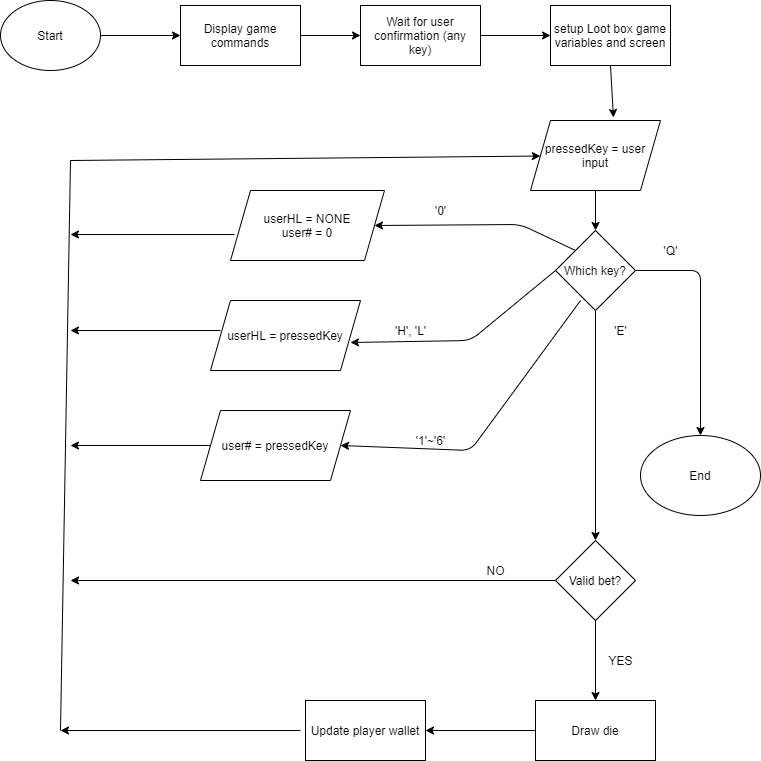
Before: Development files/DiceGameDiagram.png, a diagram exported from draw.io (Issamaysin/BetSimulator). Source tidied: cells renumbered, new cells last; positions are measured from the earlier drawing's top-left corner, leaving out a move shared by most shapes.
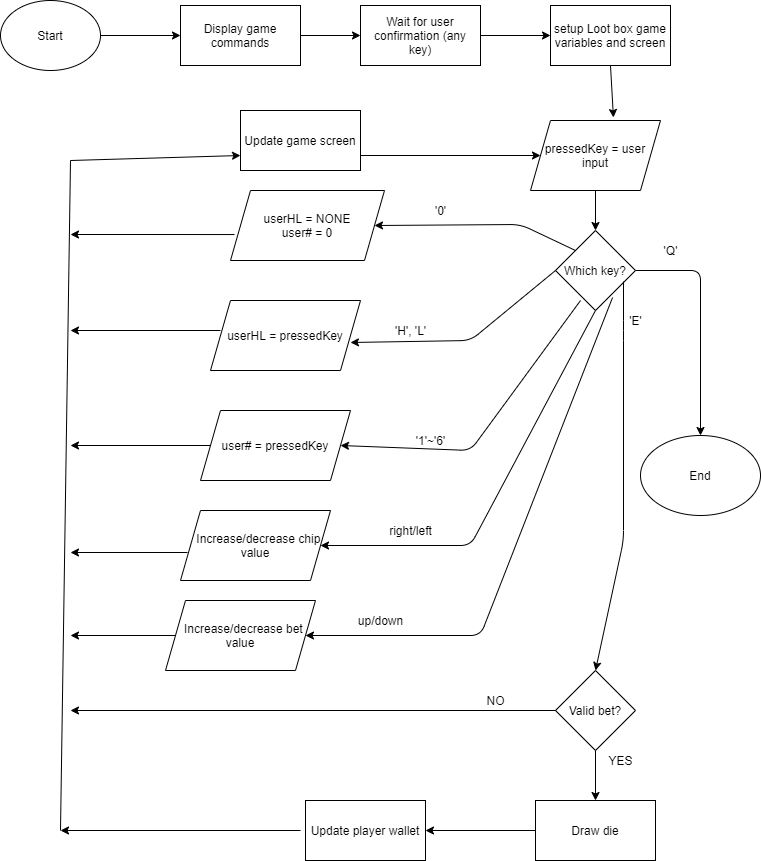
Later version of the same file.

Commit message:
Updated diagram to contain bet and chip functions

What changed in the source:
```diff
@@ -35,14 +35,12 @@
     <mxCell id="12" style="endArrow=classic;html=1;exitX=0.5;exitY=1;exitDx=0;exitDy=0;entryX=0.638;entryY=-0.043;entryDx=0;entryDy=0;entryPerimeter=0;" parent="1" edge="1" source="5" target="9">
       <mxGeometry relative="1" as="geometry" />
     </mxCell>
-    <mxCell id="13" style="endArrow=classic;html=1;" parent="1" edge="1" target="9">
-      <mxGeometry relative="1" as="geometry">
-        <mxPoint x="70" y="160" as="sourcePoint" />
-      </mxGeometry>
+    <mxCell id="13" style="endArrow=classic;html=1;exitX=1;exitY=0.75;exitDx=0;exitDy=0;" parent="1" edge="1" source="49" target="9">
+      <mxGeometry relative="1" as="geometry" />
     </mxCell>
     <mxCell id="14" style="endArrow=none;html=1;" parent="1" edge="1">
       <mxGeometry relative="1" as="geometry">
-        <mxPoint x="60" y="730" as="sourcePoint" />
+        <mxPoint x="60" y="830" as="sourcePoint" />
         <mxPoint x="70" y="160" as="targetPoint" />
       </mxGeometry>
     </mxCell>
@@ -73,8 +71,13 @@
         </Array>
       </mxGeometry>
     </mxCell>
-    <mxCell id="20" style="endArrow=classic;html=1;exitX=0.5;exitY=1;exitDx=0;exitDy=0;entryX=0.5;entryY=0;entryDx=0;entryDy=0;" parent="1" edge="1" source="10" target="32">
-      <mxGeometry relative="1" as="geometry" />
+    <mxCell id="20" style="endArrow=classic;html=1;exitX=0.85;exitY=0.638;exitDx=0;exitDy=0;entryX=0.5;entryY=0;entryDx=0;entryDy=0;exitPerimeter=0;" parent="1" edge="1" source="10" target="32">
+      <mxGeometry relative="1" as="geometry">
+        <Array as="points">
+          <mxPoint x="623" y="330" />
+          <mxPoint x="623" y="540" />
+        </Array>
+      </mxGeometry>
     </mxCell>
     <mxCell id="21" style="endArrow=classic;html=1;exitX=1;exitY=0.5;exitDx=0;exitDy=0;entryX=0.5;entryY=0;entryDx=0;entryDy=0;" parent="1" edge="1" source="10" target="22">
       <mxGeometry relative="1" as="geometry">
@@ -118,39 +121,83 @@
       <mxGeometry x="655" y="240" width="30" height="20" as="geometry" />
     </mxCell>
     <mxCell id="31" value="'E'" style="text;html=1;align=center;verticalAlign=middle;strokeColor=none;" parent="1" vertex="1">
-      <mxGeometry x="605" y="320" width="30" height="20" as="geometry" />
+      <mxGeometry x="620" y="310" width="30" height="20" as="geometry" />
     </mxCell>
     <mxCell id="32" value="Valid bet?" style="rhombus;whiteSpace=wrap;html=1;" parent="1" vertex="1">
-      <mxGeometry x="555" y="540" width="80" height="80" as="geometry" />
+      <mxGeometry x="555" y="670" width="80" height="80" as="geometry" />
     </mxCell>
     <mxCell id="33" style="endArrow=classic;html=1;exitX=0;exitY=0.5;exitDx=0;exitDy=0;" parent="1" edge="1" source="32">
       <mxGeometry relative="1" as="geometry">
-        <mxPoint x="70" y="580" as="targetPoint" />
+        <mxPoint x="70" y="710" as="targetPoint" />
       </mxGeometry>
     </mxCell>
     <mxCell id="34" value="NO" style="text;html=1;align=center;verticalAlign=middle;strokeColor=none;" parent="1" vertex="1">
-      <mxGeometry x="480" y="560" width="30" height="20" as="geometry" />
+      <mxGeometry x="480" y="690" width="30" height="20" as="geometry" />
     </mxCell>
     <mxCell id="35" style="endArrow=classic;html=1;exitX=0.5;exitY=1;exitDx=0;exitDy=0;entryX=0.5;entryY=0;entryDx=0;entryDy=0;" parent="1" edge="1" source="32" target="37">
       <mxGeometry relative="1" as="geometry" />
     </mxCell>
     <mxCell id="36" value="YES" style="text;html=1;align=center;verticalAlign=middle;strokeColor=none;" parent="1" vertex="1">
-      <mxGeometry x="600" y="650" width="40" height="20" as="geometry" />
+      <mxGeometry x="600" y="750" width="40" height="20" as="geometry" />
     </mxCell>
     <mxCell id="37" value="Draw die" style="rounded=0;whiteSpace=wrap;html=1;" parent="1" vertex="1">
-      <mxGeometry x="535" y="700" width="120" height="60" as="geometry" />
+      <mxGeometry x="535" y="800" width="120" height="60" as="geometry" />
     </mxCell>
     <mxCell id="38" value="Update player wallet" style="rounded=0;whiteSpace=wrap;html=1;" parent="1" vertex="1">
-      <mxGeometry x="305" y="700" width="120" height="60" as="geometry" />
+      <mxGeometry x="305" y="800" width="120" height="60" as="geometry" />
     </mxCell>
     <mxCell id="39" style="endArrow=classic;html=1;" parent="1" edge="1">
       <mxGeometry relative="1" as="geometry">
-        <mxPoint x="300" y="730" as="sourcePoint" />
-        <mxPoint x="60" y="730" as="targetPoint" />
+        <mxPoint x="300" y="830" as="sourcePoint" />
+        <mxPoint x="60" y="830" as="targetPoint" />
       </mxGeometry>
     </mxCell>
     <mxCell id="40" style="endArrow=classic;html=1;exitX=0;exitY=0.5;exitDx=0;exitDy=0;entryX=1;entryY=0.5;entryDx=0;entryDy=0;" parent="1" edge="1" source="37" target="38">
       <mxGeometry relative="1" as="geometry" />
     </mxCell>
+    <mxCell id="41" style="endArrow=classic;html=1;exitX=0.5;exitY=1;exitDx=0;exitDy=0;entryX=1;entryY=0.5;entryDx=0;entryDy=0;" parent="1" edge="1" source="10" target="42">
+      <mxGeometry relative="1" as="geometry">
+        <Array as="points">
+          <mxPoint x="470" y="545" />
+        </Array>
+      </mxGeometry>
+    </mxCell>
+    <mxCell id="42" value="&amp;nbsp; Increase/decrease chip value" style="shape=parallelogram;perimeter=parallelogramPerimeter;whiteSpace=wrap;html=1;fixedSize=1;" parent="1" vertex="1">
+      <mxGeometry x="180" y="510" width="150" height="70" as="geometry" />
+    </mxCell>
+    <mxCell id="43" value="&amp;nbsp; Increase/decrease bet value" style="shape=parallelogram;perimeter=parallelogramPerimeter;whiteSpace=wrap;html=1;fixedSize=1;" parent="1" vertex="1">
+      <mxGeometry x="165" y="600" width="150" height="70" as="geometry" />
+    </mxCell>
+    <mxCell id="44" value="right/left" style="text;html=1;align=center;verticalAlign=middle;strokeColor=none;" parent="1" vertex="1">
+      <mxGeometry x="380" y="520" width="60" height="20" as="geometry" />
+    </mxCell>
+    <mxCell id="45" style="endArrow=classic;html=1;exitX=0.713;exitY=0.838;exitDx=0;exitDy=0;exitPerimeter=0;entryX=1;entryY=0.5;entryDx=0;entryDy=0;" parent="1" edge="1" source="10" target="43">
+      <mxGeometry relative="1" as="geometry">
+        <Array as="points">
+          <mxPoint x="480" y="635" />
+        </Array>
+      </mxGeometry>
+    </mxCell>
+    <mxCell id="46" value="up/down" style="text;html=1;align=center;verticalAlign=middle;strokeColor=none;" parent="1" vertex="1">
+      <mxGeometry x="350" y="610" width="60" height="20" as="geometry" />
+    </mxCell>
+    <mxCell id="47" style="endArrow=classic;html=1;exitX=0.047;exitY=0.6;exitDx=0;exitDy=0;exitPerimeter=0;" parent="1" edge="1" source="42">
+      <mxGeometry relative="1" as="geometry">
+        <mxPoint x="70" y="552" as="targetPoint" />
+      </mxGeometry>
+    </mxCell>
+    <mxCell id="48" style="endArrow=classic;html=1;exitX=0;exitY=0.5;exitDx=0;exitDy=0;" parent="1" edge="1" source="43">
+      <mxGeometry relative="1" as="geometry">
+        <mxPoint x="70" y="635" as="targetPoint" />
+      </mxGeometry>
+    </mxCell>
+    <mxCell id="49" value="Update game screen" style="rounded=0;whiteSpace=wrap;html=1;" parent="1" vertex="1">
+      <mxGeometry x="240" y="110" width="120" height="60" as="geometry" />
+    </mxCell>
+    <mxCell id="50" style="endArrow=classic;html=1;entryX=0;entryY=0.75;entryDx=0;entryDy=0;" parent="1" edge="1" target="49">
+      <mxGeometry relative="1" as="geometry">
+        <mxPoint x="70" y="160" as="sourcePoint" />
+      </mxGeometry>
+    </mxCell>
   </root>
 </mxGraphModel>
```
